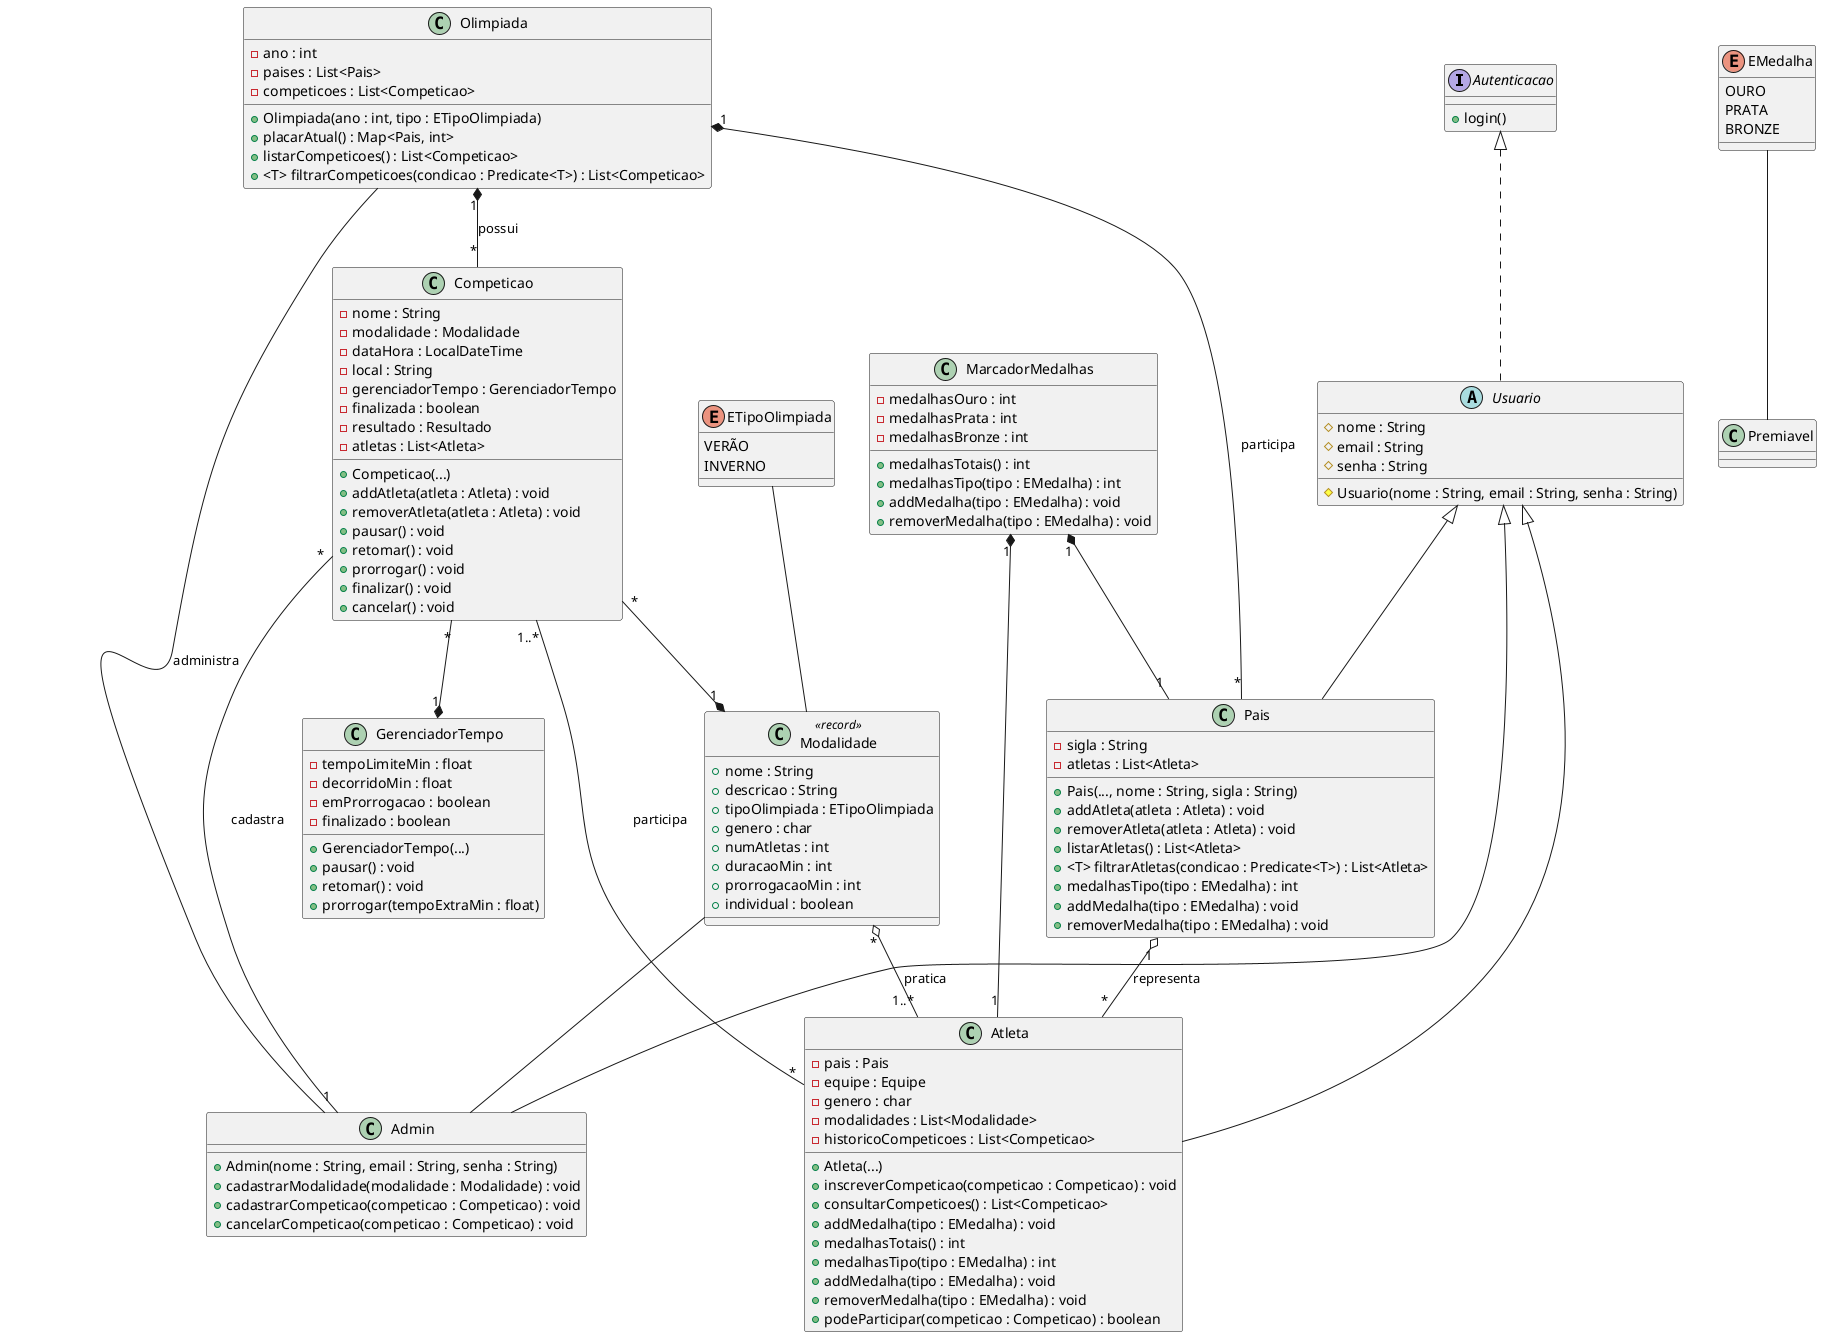
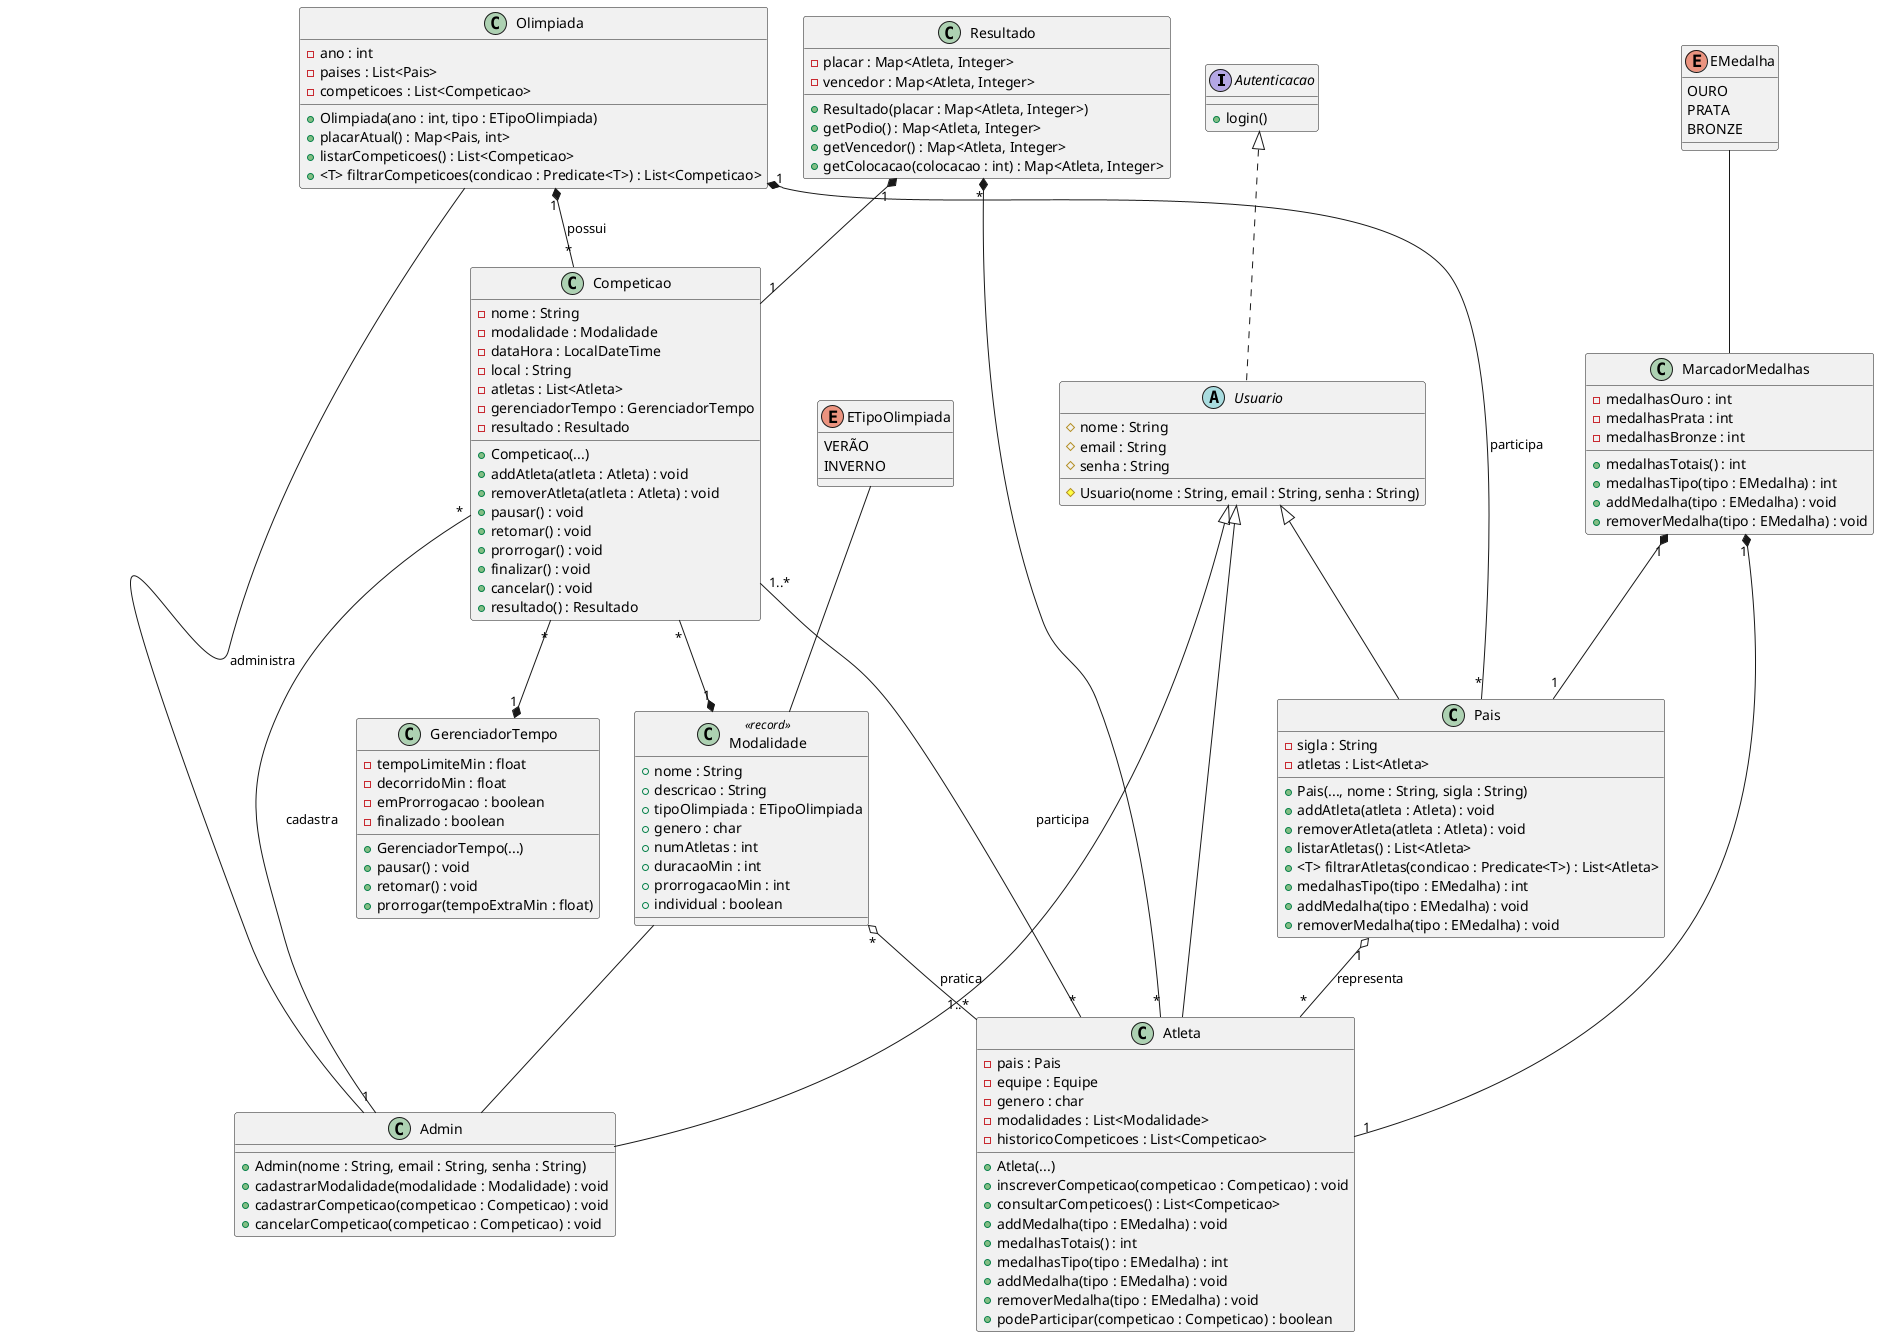
@startuml diagrama-classe
interface Autenticacao {
    + login()
}
Autenticacao <|.. Usuario

abstract class Usuario {
    # nome : String
    # email : String
    # senha : String
    # Usuario(nome : String, email : String, senha : String)
}

class Admin {
    + Admin(nome : String, email : String, senha : String)
    + cadastrarModalidade(modalidade : Modalidade) : void
    + cadastrarCompeticao(competicao : Competicao) : void
    + cancelarCompeticao(competicao : Competicao) : void
}
Usuario <|-- Admin

class MarcadorMedalhas {
    - medalhasOuro : int
    - medalhasPrata : int
    - medalhasBronze : int
    + medalhasTotais() : int
    + medalhasTipo(tipo : EMedalha) : int
    + addMedalha(tipo : EMedalha) : void
    + removerMedalha(tipo : EMedalha) : void
}
MarcadorMedalhas "1" *-- "1" Pais
MarcadorMedalhas "1" *-- "1" Atleta

class Pais {
    - sigla : String
    - atletas : List<Atleta>
    + Pais(..., nome : String, sigla : String)
    + addAtleta(atleta : Atleta) : void
    + removerAtleta(atleta : Atleta) : void
    + listarAtletas() : List<Atleta>
    + <T> filtrarAtletas(condicao : Predicate<T>) : List<Atleta>
    + medalhasTipo(tipo : EMedalha) : int
    + addMedalha(tipo : EMedalha) : void
    + removerMedalha(tipo : EMedalha) : void
}
Usuario <|-- Pais

class Atleta {
    - pais : Pais
    - equipe : Equipe
    - genero : char
    - modalidades : List<Modalidade>
    - historicoCompeticoes : List<Competicao>
    + Atleta(...)
    + inscreverCompeticao(competicao : Competicao) : void
    + consultarCompeticoes() : List<Competicao>
    + addMedalha(tipo : EMedalha) : void
    + medalhasTotais() : int
    + medalhasTipo(tipo : EMedalha) : int
    + addMedalha(tipo : EMedalha) : void
    + removerMedalha(tipo : EMedalha) : void
    + podeParticipar(competicao : Competicao) : boolean
}
Usuario <|-- Atleta
Pais "1" o-- "*" Atleta : representa

class Modalidade <<record>>{
    + nome : String
    + descricao : String
    + tipoOlimpiada : ETipoOlimpiada
    + genero : char
    + numAtletas : int
    + duracaoMin : int
    + prorrogacaoMin : int
    + individual : boolean
}
Modalidade -- Admin
Modalidade "*" o-- "1..*" Atleta : pratica

class GerenciadorTempo {
    - tempoLimiteMin : float
    - decorridoMin : float
    - emProrrogacao : boolean
    - finalizado : boolean
    + GerenciadorTempo(...)
    + pausar() : void
    + retomar() : void
    + prorrogar(tempoExtraMin : float)
}

class Competicao {
    - nome : String
    - modalidade : Modalidade
    - dataHora : LocalDateTime
    - local : String
+     - atletas : List<Atleta>
    - gerenciadorTempo : GerenciadorTempo
-     - finalizada : boolean
    - resultado : Resultado
-     - atletas : List<Atleta>
    + Competicao(...)
    + addAtleta(atleta : Atleta) : void
    + removerAtleta(atleta : Atleta) : void
    + pausar() : void
    + retomar() : void
    + prorrogar() : void
    + finalizar() : void
    + cancelar() : void
+     + resultado() : Resultado
}
Competicao "*" --* "1" GerenciadorTempo
Competicao "*" --* "1" Modalidade
Competicao "*" -- "1" Admin : cadastra
Competicao "1..*" -- "*" Atleta : participa

+ class Resultado {
+     - placar : Map<Atleta, Integer>
+     - vencedor : Map<Atleta, Integer>
+     + Resultado(placar : Map<Atleta, Integer>)
+     + getPodio() : Map<Atleta, Integer>
+     + getVencedor() : Map<Atleta, Integer>
+     + getColocacao(colocacao : int) : Map<Atleta, Integer>
+ }
+ Resultado "1" *-- "1" Competicao
+ Resultado "*" *-- "*" Atleta
+ 
enum EMedalha {
    OURO
    PRATA
    BRONZE
}
- EMedalha -- Premiavel
+ EMedalha -- MarcadorMedalhas

class Olimpiada {
    - ano : int
    - paises : List<Pais>
    - competicoes : List<Competicao>
    + Olimpiada(ano : int, tipo : ETipoOlimpiada)
    + placarAtual() : Map<Pais, int>
    + listarCompeticoes() : List<Competicao>
    + <T> filtrarCompeticoes(condicao : Predicate<T>) : List<Competicao>
}
Olimpiada "1" *-- "*" Pais : participa
Olimpiada "1" *-- "*" Competicao : possui
Olimpiada -- Admin : administra

enum ETipoOlimpiada {
    VERÃO
    INVERNO
}
ETipoOlimpiada -- Modalidade

@enduml